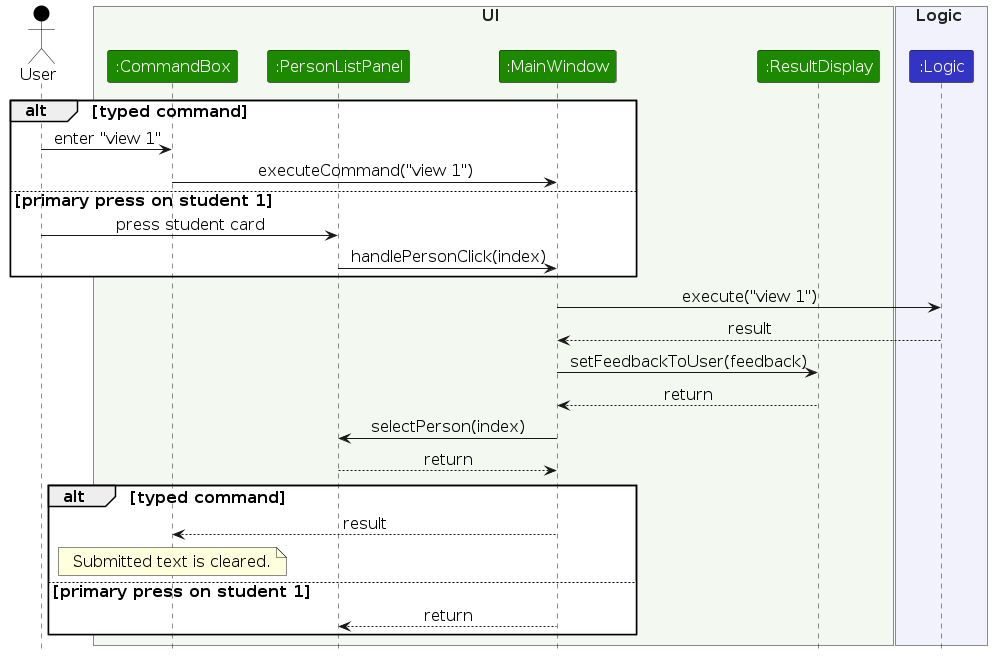
Above: diagrams/ViewHistorySequenceDiagram.png in AY2627S1-CS2103T-T11-1/tp (PlantUML), before the change. Its source is kept beside it as diagrams/ViewHistorySequenceDiagram.puml.
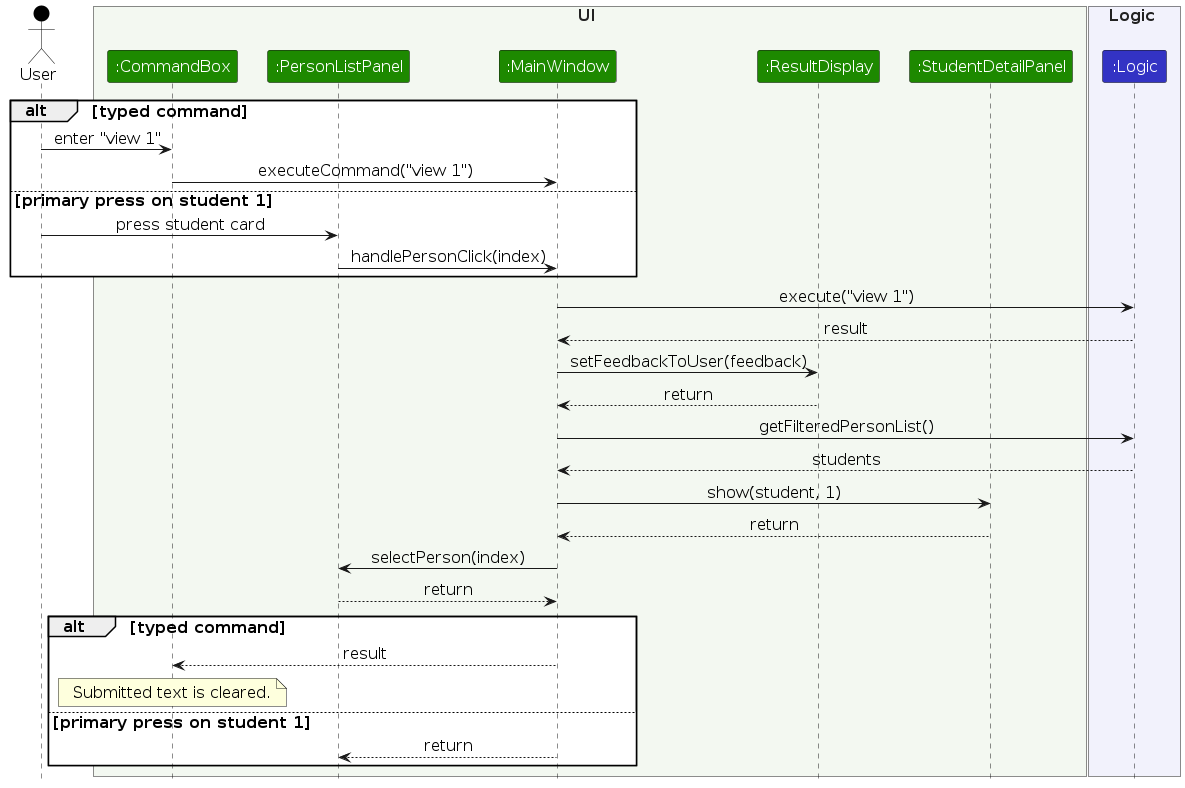
The same file after the commit.

What changed in the source:
```diff
@@ -11,6 +11,7 @@
     participant ":PersonListPanel" as personListPanel UI_COLOR
     participant ":MainWindow" as mainWindow UI_COLOR
     participant ":ResultDisplay" as resultDisplay UI_COLOR
+    participant ":StudentDetailPanel" as detailPanel UI_COLOR
 end box
 box Logic #F2F2FC
     participant ":Logic" as logic LOGIC_COLOR
@@ -28,6 +29,10 @@
 logic --> mainWindow : result
 mainWindow -> resultDisplay : setFeedbackToUser(feedback)
 resultDisplay --> mainWindow : return
+mainWindow -> logic : getFilteredPersonList()
+logic --> mainWindow : students
+mainWindow -> detailPanel : show(student, 1)
+detailPanel --> mainWindow : return
 mainWindow -> personListPanel : selectPerson(index)
 personListPanel --> mainWindow : return
 
```
